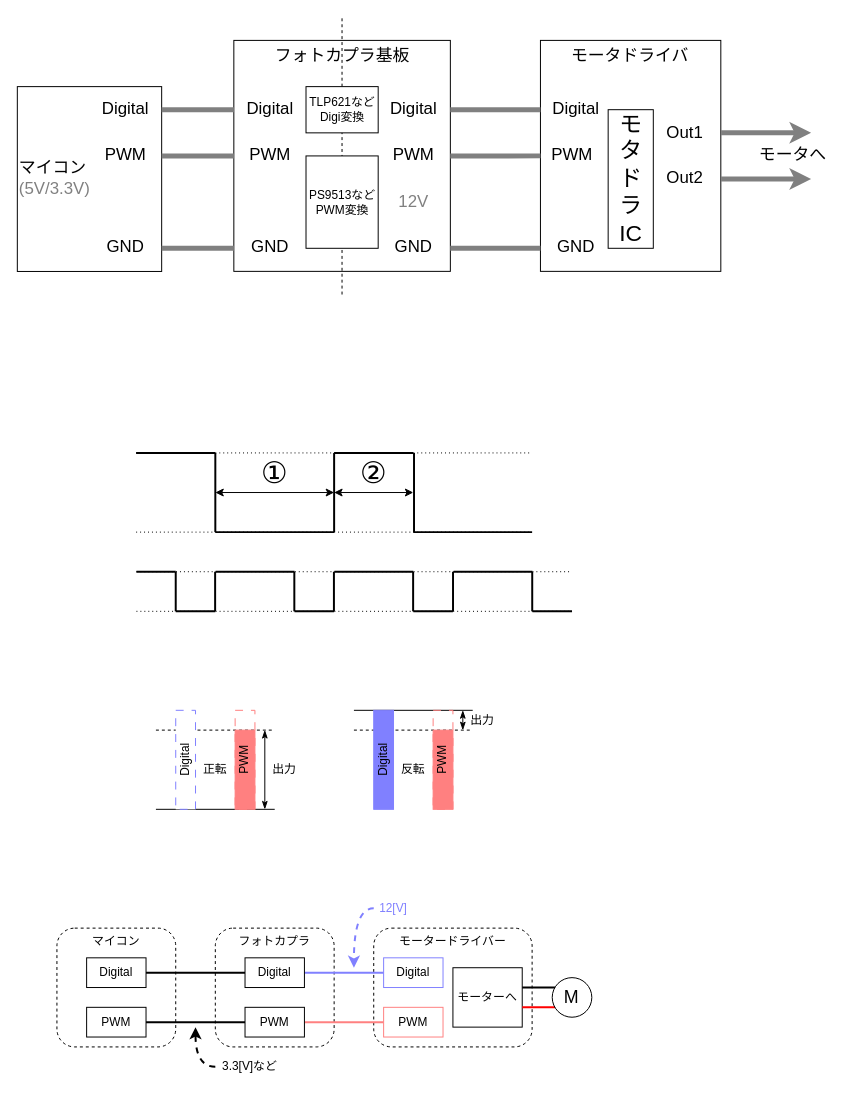
Above: book/resources/BasicContents/motor/motor_road.drawio in s2301089/Control_General (draw.io), before the change. Source tidied: cells renumbered, new cells numbered last; positions are measured from the earlier drawing's top-left corner, leaving out a move shared by most shapes. Both pictures are drawn from the tidied source at 99%, with x=0, y=0 at pixel (17, 17).
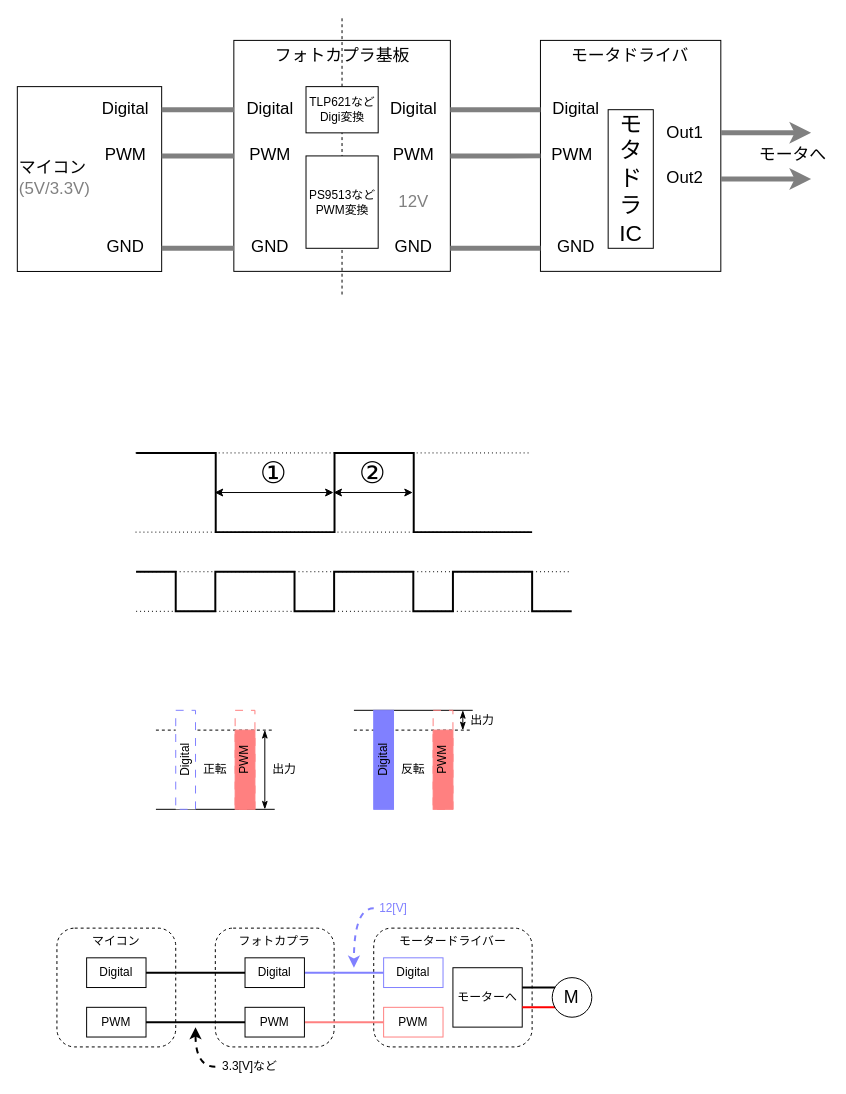
Above is the later version.

Diff of the diagram source:
```diff
@@
-    <mxCell id="7" style="endArrow=none;dashed=1;html=1;dashPattern=1 3;strokeWidth=1;rounded=0;" parent="1" edge="1">
-      <mxGeometry relative="1" as="geometry">
-        <mxPoint x="120" y="520" as="sourcePoint" />
-        <mxPoint x="520" y="520" as="targetPoint" />
-      </mxGeometry>
-    </mxCell>
-    <mxCell id="8" style="endArrow=none;dashed=1;html=1;dashPattern=1 3;strokeWidth=1;rounded=0;" parent="1" edge="1">
-      <mxGeometry relative="1" as="geometry">
-        <mxPoint x="120" y="440" as="sourcePoint" />
-        <mxPoint x="520" y="440" as="targetPoint" />
-      </mxGeometry>
-    </mxCell>
@@
-    <mxCell id="40" style="endArrow=none;html=1;rounded=0;strokeWidth=2;" parent="1" edge="1">
-      <mxGeometry relative="1" as="geometry">
-        <mxPoint x="120" y="440" as="sourcePoint" />
-        <mxPoint x="200" y="440" as="targetPoint" />
-      </mxGeometry>
-    </mxCell>
-    <mxCell id="41" style="endArrow=none;html=1;rounded=0;strokeWidth=2;" parent="1" edge="1">
-      <mxGeometry relative="1" as="geometry">
-        <mxPoint x="200" y="520" as="sourcePoint" />
-        <mxPoint x="320" y="520" as="targetPoint" />
-      </mxGeometry>
-    </mxCell>
-    <mxCell id="42" style="endArrow=none;html=1;rounded=0;strokeWidth=2;" parent="1" edge="1">
-      <mxGeometry relative="1" as="geometry">
-        <mxPoint x="200" y="520" as="sourcePoint" />
-        <mxPoint x="200" y="440" as="targetPoint" />
-      </mxGeometry>
-    </mxCell>
-    <mxCell id="43" style="endArrow=none;html=1;rounded=0;strokeWidth=2;" parent="1" edge="1">
-      <mxGeometry relative="1" as="geometry">
-        <mxPoint x="320" y="520" as="sourcePoint" />
-        <mxPoint x="320" y="440" as="targetPoint" />
-      </mxGeometry>
-    </mxCell>
-    <mxCell id="44" style="endArrow=none;html=1;rounded=0;strokeWidth=2;" parent="1" edge="1">
-      <mxGeometry relative="1" as="geometry">
-        <mxPoint x="320" y="440" as="sourcePoint" />
-        <mxPoint x="400" y="440" as="targetPoint" />
-      </mxGeometry>
-    </mxCell>
-    <mxCell id="45" style="endArrow=none;html=1;rounded=0;strokeWidth=2;" parent="1" edge="1">
-      <mxGeometry relative="1" as="geometry">
-        <mxPoint x="400.7" y="520" as="sourcePoint" />
-        <mxPoint x="400.7" y="440" as="targetPoint" />
-      </mxGeometry>
-    </mxCell>
-    <mxCell id="46" style="endArrow=none;html=1;rounded=0;strokeWidth=2;" parent="1" edge="1">
-      <mxGeometry relative="1" as="geometry">
-        <mxPoint x="400" y="520" as="sourcePoint" />
-        <mxPoint x="520" y="520" as="targetPoint" />
-      </mxGeometry>
-    </mxCell>
-    <mxCell id="47" style="endArrow=classic;startArrow=classic;html=1;rounded=0;" parent="1" edge="1">
-      <mxGeometry relative="1" as="geometry">
-        <mxPoint x="200" y="480" as="sourcePoint" />
-        <mxPoint x="320" y="480" as="targetPoint" />
-      </mxGeometry>
-    </mxCell>
-    <mxCell id="48" style="endArrow=classic;startArrow=classic;html=1;rounded=0;" parent="1" edge="1">
-      <mxGeometry relative="1" as="geometry">
-        <mxPoint x="320" y="480" as="sourcePoint" />
-        <mxPoint x="400" y="480" as="targetPoint" />
-      </mxGeometry>
-    </mxCell>
-    <mxCell id="49" value="①" style="text;html=1;align=center;verticalAlign=middle;whiteSpace=wrap;rounded=0;fontSize=30;" parent="1" vertex="1">
-      <mxGeometry x="240" y="440" width="40" height="40" as="geometry" />
-    </mxCell>
-    <mxCell id="50" value="②" style="text;html=1;align=center;verticalAlign=middle;whiteSpace=wrap;rounded=0;fontSize=30;" parent="1" vertex="1">
-      <mxGeometry x="340" y="440" width="40" height="40" as="geometry" />
-    </mxCell>
@@
-    <mxCell id="83" style="endArrow=none;dashed=1;html=1;dashPattern=1 3;strokeWidth=1;rounded=0;" parent="1" edge="1">
-      <mxGeometry relative="1" as="geometry">
-        <mxPoint x="120.3" y="600" as="sourcePoint" />
-        <mxPoint x="560" y="600" as="targetPoint" />
-      </mxGeometry>
-    </mxCell>
-    <mxCell id="84" style="endArrow=none;dashed=1;html=1;dashPattern=1 3;strokeWidth=1;rounded=0;" parent="1" edge="1">
-      <mxGeometry relative="1" as="geometry">
-        <mxPoint x="120.3" y="560" as="sourcePoint" />
-        <mxPoint x="560" y="560" as="targetPoint" />
-      </mxGeometry>
-    </mxCell>
-    <mxCell id="85" style="endArrow=none;html=1;rounded=0;strokeWidth=2;" parent="1" edge="1">
-      <mxGeometry relative="1" as="geometry">
-        <mxPoint x="120.3" y="560" as="sourcePoint" />
-        <mxPoint x="160" y="560" as="targetPoint" />
-      </mxGeometry>
-    </mxCell>
-    <mxCell id="86" style="endArrow=none;html=1;rounded=0;strokeWidth=2;" parent="1" edge="1">
-      <mxGeometry relative="1" as="geometry">
-        <mxPoint x="160" y="600" as="sourcePoint" />
-        <mxPoint x="200" y="600" as="targetPoint" />
-      </mxGeometry>
-    </mxCell>
-    <mxCell id="87" style="endArrow=none;html=1;rounded=0;strokeWidth=2;" parent="1" edge="1">
-      <mxGeometry relative="1" as="geometry">
-        <mxPoint x="160" y="600" as="sourcePoint" />
-        <mxPoint x="160" y="560" as="targetPoint" />
-      </mxGeometry>
-    </mxCell>
-    <mxCell id="88" style="endArrow=none;html=1;rounded=0;strokeWidth=2;" parent="1" edge="1">
-      <mxGeometry relative="1" as="geometry">
-        <mxPoint x="280" y="600" as="sourcePoint" />
-        <mxPoint x="320" y="600" as="targetPoint" />
-      </mxGeometry>
-    </mxCell>
-    <mxCell id="89" style="endArrow=none;html=1;rounded=0;strokeWidth=2;" parent="1" edge="1">
-      <mxGeometry relative="1" as="geometry">
-        <mxPoint x="200.3" y="560" as="sourcePoint" />
-        <mxPoint x="280" y="560" as="targetPoint" />
-      </mxGeometry>
-    </mxCell>
-    <mxCell id="90" style="endArrow=none;html=1;rounded=0;strokeWidth=2;" parent="1" edge="1">
-      <mxGeometry relative="1" as="geometry">
-        <mxPoint x="199.8" y="600" as="sourcePoint" />
-        <mxPoint x="199.8" y="560" as="targetPoint" />
-      </mxGeometry>
-    </mxCell>
-    <mxCell id="91" style="endArrow=none;html=1;rounded=0;strokeWidth=2;" parent="1" edge="1">
-      <mxGeometry relative="1" as="geometry">
-        <mxPoint x="279.8" y="600" as="sourcePoint" />
-        <mxPoint x="279.8" y="560" as="targetPoint" />
-      </mxGeometry>
-    </mxCell>
-    <mxCell id="92" style="endArrow=none;html=1;rounded=0;strokeWidth=2;" parent="1" edge="1">
-      <mxGeometry relative="1" as="geometry">
-        <mxPoint x="400" y="600" as="sourcePoint" />
-        <mxPoint x="440" y="600" as="targetPoint" />
-      </mxGeometry>
-    </mxCell>
-    <mxCell id="93" style="endArrow=none;html=1;rounded=0;strokeWidth=2;" parent="1" edge="1">
-      <mxGeometry relative="1" as="geometry">
-        <mxPoint x="320.3" y="560" as="sourcePoint" />
-        <mxPoint x="400" y="560" as="targetPoint" />
-      </mxGeometry>
-    </mxCell>
-    <mxCell id="94" style="endArrow=none;html=1;rounded=0;strokeWidth=2;" parent="1" edge="1">
-      <mxGeometry relative="1" as="geometry">
-        <mxPoint x="319.8" y="600" as="sourcePoint" />
-        <mxPoint x="319.8" y="560" as="targetPoint" />
-      </mxGeometry>
-    </mxCell>
-    <mxCell id="95" style="endArrow=none;html=1;rounded=0;strokeWidth=2;" parent="1" edge="1">
-      <mxGeometry relative="1" as="geometry">
-        <mxPoint x="399.8" y="600" as="sourcePoint" />
-        <mxPoint x="399.8" y="560" as="targetPoint" />
-      </mxGeometry>
-    </mxCell>
-    <mxCell id="96" style="endArrow=none;html=1;rounded=0;strokeWidth=2;" parent="1" edge="1">
-      <mxGeometry relative="1" as="geometry">
-        <mxPoint x="520.3" y="600" as="sourcePoint" />
-        <mxPoint x="560.3" y="600" as="targetPoint" />
-      </mxGeometry>
-    </mxCell>
-    <mxCell id="97" style="endArrow=none;html=1;rounded=0;strokeWidth=2;" parent="1" edge="1">
-      <mxGeometry relative="1" as="geometry">
-        <mxPoint x="440.7" y="560" as="sourcePoint" />
-        <mxPoint x="520.3" y="560" as="targetPoint" />
-      </mxGeometry>
-    </mxCell>
-    <mxCell id="98" style="endArrow=none;html=1;rounded=0;strokeWidth=2;" parent="1" edge="1">
-      <mxGeometry relative="1" as="geometry">
-        <mxPoint x="440.1" y="600" as="sourcePoint" />
-        <mxPoint x="440.1" y="560" as="targetPoint" />
-      </mxGeometry>
-    </mxCell>
-    <mxCell id="99" style="endArrow=none;html=1;rounded=0;strokeWidth=2;" parent="1" edge="1">
-      <mxGeometry relative="1" as="geometry">
-        <mxPoint x="520.1" y="600" as="sourcePoint" />
-        <mxPoint x="520.1" y="560" as="targetPoint" />
-      </mxGeometry>
-    </mxCell>
+    <mxCell id="100" style="endArrow=none;dashed=1;html=1;dashPattern=1 3;strokeWidth=1;rounded=0;" parent="1" edge="1">
+      <mxGeometry relative="1" as="geometry">
+        <mxPoint x="120" y="600" as="sourcePoint" />
+        <mxPoint x="559.7" y="600" as="targetPoint" />
+      </mxGeometry>
+    </mxCell>
+    <mxCell id="101" style="endArrow=none;dashed=1;html=1;dashPattern=1 3;strokeWidth=1;rounded=0;" parent="1" edge="1">
+      <mxGeometry relative="1" as="geometry">
+        <mxPoint x="120" y="560" as="sourcePoint" />
+        <mxPoint x="559.7" y="560" as="targetPoint" />
+      </mxGeometry>
+    </mxCell>
+    <mxCell id="102" style="endArrow=none;html=1;rounded=0;strokeWidth=2;" parent="1" edge="1">
+      <mxGeometry relative="1" as="geometry">
+        <mxPoint x="560" y="600" as="sourcePoint" />
+        <mxPoint x="120" y="560" as="targetPoint" />
+        <Array as="points">
+          <mxPoint x="520" y="600" />
+          <mxPoint x="520" y="560" />
+          <mxPoint x="440" y="560" />
+          <mxPoint x="440" y="600" />
+          <mxPoint x="400" y="600" />
+          <mxPoint x="400" y="560" />
+          <mxPoint x="320" y="560" />
+          <mxPoint x="320" y="600" />
+          <mxPoint x="280" y="600" />
+          <mxPoint x="280" y="560" />
+          <mxPoint x="200" y="560" />
+          <mxPoint x="200" y="600" />
+          <mxPoint x="160" y="600" />
+          <mxPoint x="160" y="560" />
+        </Array>
+      </mxGeometry>
+    </mxCell>
+    <mxCell id="103" style="endArrow=none;dashed=1;html=1;dashPattern=1 3;strokeWidth=1;rounded=0;" parent="1" edge="1">
+      <mxGeometry relative="1" as="geometry">
+        <mxPoint x="119.4" y="520" as="sourcePoint" />
+        <mxPoint x="519.4" y="520" as="targetPoint" />
+      </mxGeometry>
+    </mxCell>
+    <mxCell id="104" style="endArrow=none;dashed=1;html=1;dashPattern=1 3;strokeWidth=1;rounded=0;" parent="1" edge="1">
+      <mxGeometry relative="1" as="geometry">
+        <mxPoint x="119.4" y="440" as="sourcePoint" />
+        <mxPoint x="519.4" y="440" as="targetPoint" />
+      </mxGeometry>
+    </mxCell>
+    <mxCell id="105" style="endArrow=none;html=1;rounded=0;strokeWidth=2;" parent="1" edge="1">
+      <mxGeometry relative="1" as="geometry">
+        <mxPoint x="120" y="440" as="sourcePoint" />
+        <mxPoint x="520" y="520" as="targetPoint" />
+        <Array as="points">
+          <mxPoint x="200.4" y="440" />
+          <mxPoint x="200.4" y="520" />
+          <mxPoint x="320.4" y="520" />
+          <mxPoint x="320.4" y="440" />
+          <mxPoint x="400.4" y="440" />
+          <mxPoint x="400.4" y="520" />
+        </Array>
+      </mxGeometry>
+    </mxCell>
+    <mxCell id="106" style="endArrow=classic;startArrow=classic;html=1;rounded=0;" parent="1" edge="1">
+      <mxGeometry relative="1" as="geometry">
+        <mxPoint x="199.4" y="480" as="sourcePoint" />
+        <mxPoint x="319.4" y="480" as="targetPoint" />
+      </mxGeometry>
+    </mxCell>
+    <mxCell id="107" style="endArrow=classic;startArrow=classic;html=1;rounded=0;" parent="1" edge="1">
+      <mxGeometry relative="1" as="geometry">
+        <mxPoint x="319.4" y="480" as="sourcePoint" />
+        <mxPoint x="399.4" y="480" as="targetPoint" />
+      </mxGeometry>
+    </mxCell>
+    <mxCell id="49" value="①" style="text;html=1;align=center;verticalAlign=middle;whiteSpace=wrap;rounded=0;fontSize=30;" parent="1" vertex="1">
+      <mxGeometry x="239.4" y="440" width="40" height="40" as="geometry" />
+    </mxCell>
+    <mxCell id="50" value="②" style="text;html=1;align=center;verticalAlign=middle;whiteSpace=wrap;rounded=0;fontSize=30;" parent="1" vertex="1">
+      <mxGeometry x="339.4" y="440" width="40" height="40" as="geometry" />
+    </mxCell>
```
